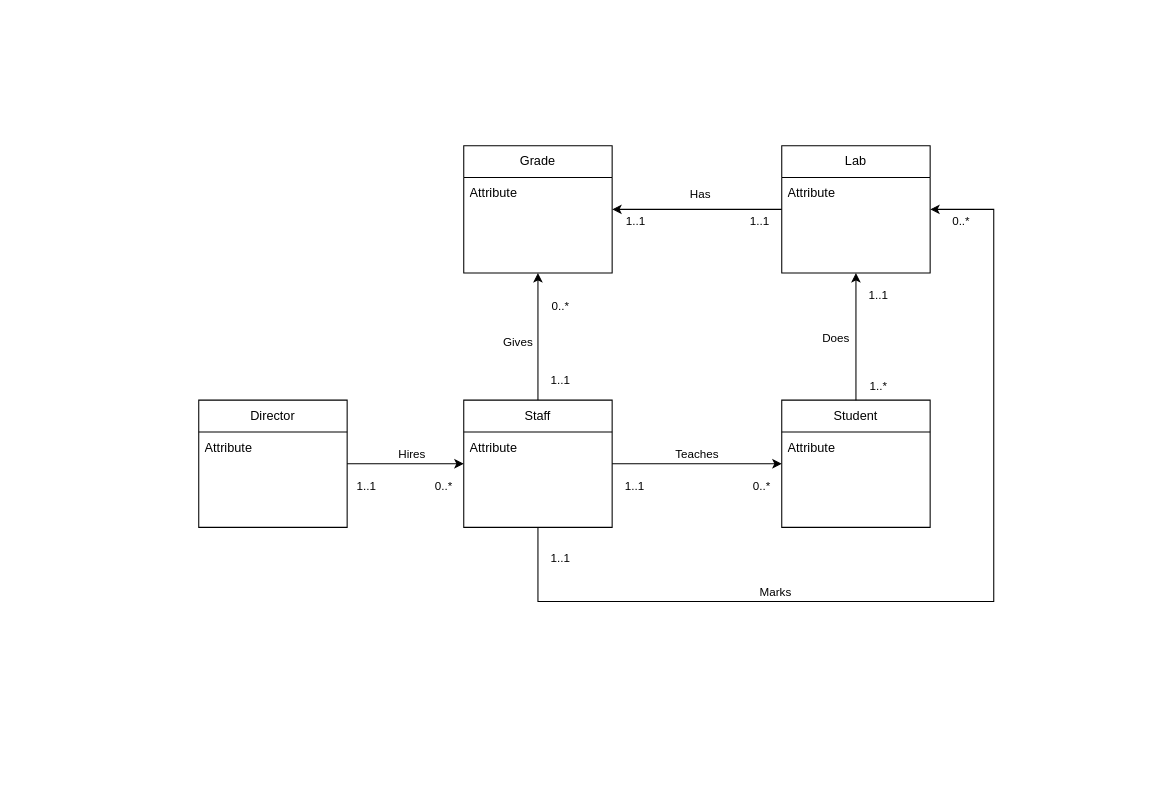
CaptainCaswell/CIS270-GroupProject keeps this draw.io diagram as EduConnect.drawio. Above is the earlier version. Source tidied: cells renumbered, new cells numbered last; positions are measured from the earlier drawing's top-left corner, leaving out a move shared by most shapes. Both pictures are drawn from the tidied source at 106%, with x=0, y=0 at pixel (198, 145).
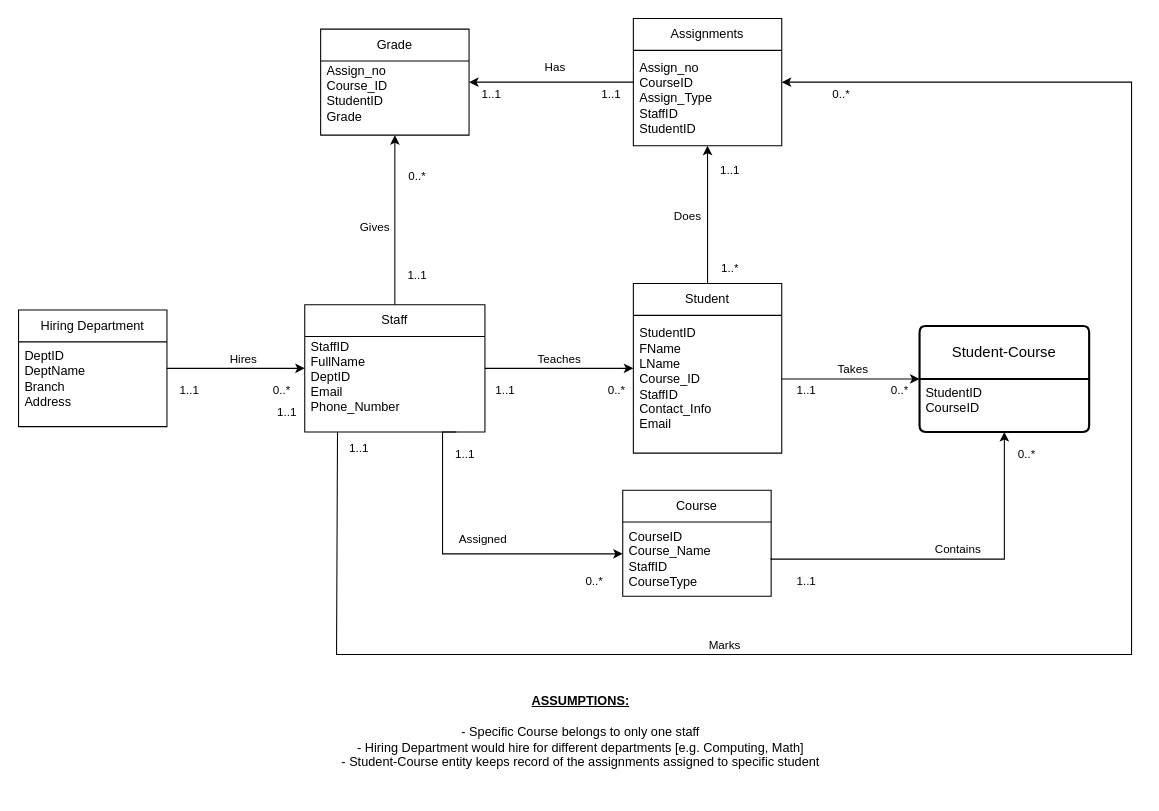
The same diagram, later.

The edit, as a diff of the source:
```diff
@@
     <mxCell id="6" value="Grade" style="swimlane;fontStyle=0;horizontal=1;startSize=30;whiteSpace=wrap;html=1;" parent="1" vertex="1">
-      <mxGeometry x="250" width="140" height="120" as="geometry" />
+      <mxGeometry x="115" y="-110" width="140" height="100" as="geometry" />
     </mxCell>
-    <mxCell id="7" value="Attribute" style="text;strokeColor=none;fillColor=none;align=left;verticalAlign=middle;spacingLeft=4;spacingRight=4;overflow=hidden;whiteSpace=wrap;html=1;" parent="6" vertex="1">
-      <mxGeometry y="30" width="140" height="30" as="geometry" />
-    </mxCell>
-    <mxCell id="8" style="text;strokeColor=none;fillColor=none;align=left;verticalAlign=middle;spacingLeft=4;spacingRight=4;overflow=hidden;whiteSpace=wrap;html=1;" parent="6" vertex="1">
-      <mxGeometry y="60" width="140" height="30" as="geometry" />
+    <mxCell id="8" value="Assign_no&lt;div&gt;Course_ID&lt;/div&gt;&lt;div&gt;StudentID&lt;/div&gt;&lt;div&gt;Grade&lt;/div&gt;" style="text;strokeColor=none;fillColor=none;align=left;verticalAlign=middle;spacingLeft=4;spacingRight=4;overflow=hidden;whiteSpace=wrap;html=1;" parent="6" vertex="1">
+      <mxGeometry y="30" width="140" height="60" as="geometry" />
     </mxCell>
     <mxCell id="9" style="text;strokeColor=none;fillColor=none;align=left;verticalAlign=middle;spacingLeft=4;spacingRight=4;overflow=hidden;whiteSpace=wrap;html=1;" parent="6" vertex="1">
-      <mxGeometry y="90" width="140" height="30" as="geometry" />
+      <mxGeometry y="90" width="140" height="10" as="geometry" />
     </mxCell>
@@
-    <mxCell id="14" value="Lab" style="swimlane;fontStyle=0;horizontal=1;startSize=30;whiteSpace=wrap;html=1;" parent="1" vertex="1">
-      <mxGeometry x="550" width="140" height="120" as="geometry" />
+    <mxCell id="14" value="Assignments" style="swimlane;fontStyle=0;horizontal=1;startSize=30;whiteSpace=wrap;html=1;" parent="1" vertex="1">
+      <mxGeometry x="410" y="-120" width="140" height="120" as="geometry" />
     </mxCell>
-    <mxCell id="15" value="Attribute" style="text;strokeColor=none;fillColor=none;align=left;verticalAlign=middle;spacingLeft=4;spacingRight=4;overflow=hidden;whiteSpace=wrap;html=1;" parent="14" vertex="1">
-      <mxGeometry y="30" width="140" height="30" as="geometry" />
+    <mxCell id="15" value="Assign_no&lt;div&gt;CourseID&lt;/div&gt;&lt;div&gt;Assign_Type&lt;/div&gt;&lt;div&gt;StaffID&lt;/div&gt;&lt;div&gt;StudentID&lt;/div&gt;" style="text;strokeColor=none;fillColor=none;align=left;verticalAlign=middle;spacingLeft=4;spacingRight=4;overflow=hidden;whiteSpace=wrap;html=1;" parent="14" vertex="1">
+      <mxGeometry y="30" width="140" height="90" as="geometry" />
     </mxCell>
-    <mxCell id="16" style="text;strokeColor=none;fillColor=none;align=left;verticalAlign=middle;spacingLeft=4;spacingRight=4;overflow=hidden;whiteSpace=wrap;html=1;" parent="14" vertex="1">
-      <mxGeometry y="60" width="140" height="30" as="geometry" />
-    </mxCell>
     <mxCell id="17" style="text;strokeColor=none;fillColor=none;align=left;verticalAlign=middle;spacingLeft=4;spacingRight=4;overflow=hidden;whiteSpace=wrap;html=1;" parent="14" vertex="1">
-      <mxGeometry y="90" width="140" height="30" as="geometry" />
+      <mxGeometry y="120" width="140" as="geometry" />
     </mxCell>
     <mxCell id="18" value="Student" style="swimlane;fontStyle=0;horizontal=1;startSize=30;whiteSpace=wrap;html=1;" parent="1" vertex="1">
-      <mxGeometry x="550" y="240" width="140" height="120" as="geometry" />
+      <mxGeometry x="410" y="130" width="140" height="160" as="geometry" />
     </mxCell>
-    <mxCell id="19" value="Attribute" style="text;strokeColor=none;fillColor=none;align=left;verticalAlign=middle;spacingLeft=4;spacingRight=4;overflow=hidden;points=[[0,0.5],[1,0.5]];portConstraint=eastwest;whiteSpace=wrap;html=1;" parent="18" vertex="1">
-      <mxGeometry y="30" width="140" height="30" as="geometry" />
+    <mxCell id="19" value="StudentID&lt;div&gt;&lt;div&gt;FName&lt;/div&gt;&lt;div&gt;LName&lt;/div&gt;&lt;div&gt;Course_ID&lt;/div&gt;&lt;div&gt;StaffID&lt;/div&gt;&lt;div&gt;Contact_Info&lt;/div&gt;&lt;div&gt;Email&lt;/div&gt;&lt;/div&gt;" style="text;strokeColor=none;fillColor=none;align=left;verticalAlign=middle;spacingLeft=4;spacingRight=4;overflow=hidden;points=[[0,0.5],[1,0.5]];portConstraint=eastwest;whiteSpace=wrap;html=1;" parent="18" vertex="1">
+      <mxGeometry y="30" width="140" height="120" as="geometry" />
     </mxCell>
     <mxCell id="20" style="text;strokeColor=none;fillColor=none;align=left;verticalAlign=middle;spacingLeft=4;spacingRight=4;overflow=hidden;whiteSpace=wrap;html=1;" parent="18" vertex="1">
-      <mxGeometry y="60" width="140" height="30" as="geometry" />
+      <mxGeometry y="150" width="140" height="10" as="geometry" />
     </mxCell>
     <mxCell id="21" style="text;strokeColor=none;fillColor=none;align=left;verticalAlign=middle;spacingLeft=4;spacingRight=4;overflow=hidden;whiteSpace=wrap;html=1;" parent="18" vertex="1">
-      <mxGeometry y="90" width="140" height="30" as="geometry" />
+      <mxGeometry y="160" width="140" as="geometry" />
     </mxCell>
@@
-    <mxCell id="27" value="Director" style="swimlane;fontStyle=0;horizontal=1;startSize=30;whiteSpace=wrap;html=1;" parent="1" vertex="1">
-      <mxGeometry y="240" width="140" height="120" as="geometry" />
+    <mxCell id="27" value="Hiring Department" style="swimlane;fontStyle=0;horizontal=1;startSize=30;whiteSpace=wrap;html=1;" parent="1" vertex="1">
+      <mxGeometry x="-170" y="155" width="140" height="110" as="geometry" />
     </mxCell>
-    <mxCell id="28" value="Attribute" style="text;strokeColor=none;fillColor=none;align=left;verticalAlign=middle;spacingLeft=4;spacingRight=4;overflow=hidden;whiteSpace=wrap;html=1;" parent="27" vertex="1">
-      <mxGeometry y="30" width="140" height="30" as="geometry" />
+    <mxCell id="28" value="DeptID&lt;div&gt;DeptName&lt;/div&gt;&lt;div&gt;Branch&lt;/div&gt;&lt;div&gt;Address&lt;/div&gt;" style="text;strokeColor=none;fillColor=none;align=left;verticalAlign=middle;spacingLeft=4;spacingRight=4;overflow=hidden;whiteSpace=wrap;html=1;" parent="27" vertex="1">
+      <mxGeometry y="30" width="140" height="70" as="geometry" />
     </mxCell>
+    <mxCell id="30" style="text;strokeColor=none;fillColor=none;align=left;verticalAlign=middle;spacingLeft=4;spacingRight=4;overflow=hidden;whiteSpace=wrap;html=1;" parent="27" vertex="1">
+      <mxGeometry y="100" width="140" height="10" as="geometry" />
+    </mxCell>
     <mxCell id="29" style="text;strokeColor=none;fillColor=none;align=left;verticalAlign=middle;spacingLeft=4;spacingRight=4;overflow=hidden;whiteSpace=wrap;html=1;" parent="27" vertex="1">
-      <mxGeometry y="60" width="140" height="30" as="geometry" />
+      <mxGeometry y="110" width="140" as="geometry" />
     </mxCell>
-    <mxCell id="30" style="text;strokeColor=none;fillColor=none;align=left;verticalAlign=middle;spacingLeft=4;spacingRight=4;overflow=hidden;whiteSpace=wrap;html=1;" parent="27" vertex="1">
-      <mxGeometry y="90" width="140" height="30" as="geometry" />
-    </mxCell>
@@
-    <mxCell id="35" style="edgeStyle=orthogonalEdgeStyle;rounded=0;jettySize=auto;html=1;entryX=1;entryY=0.5;entryDx=0;entryDy=0;" parent="1" edge="1" source="39" target="14">
+    <mxCell id="35" style="edgeStyle=orthogonalEdgeStyle;rounded=0;jettySize=auto;html=1;entryX=1;entryY=0.5;entryDx=0;entryDy=0;exitX=0.182;exitY=1;exitDx=0;exitDy=0;exitPerimeter=0;" parent="1" edge="1" source="41" target="14">
       <mxGeometry relative="1" as="geometry">
         <Array as="points">
-          <mxPoint x="320" y="430" />
-          <mxPoint x="750" y="430" />
-          <mxPoint x="750" y="60" />
+          <mxPoint x="131" y="271" />
+          <mxPoint x="130" y="480" />
+          <mxPoint x="880" y="480" />
+          <mxPoint x="880" y="-60" />
         </Array>
       </mxGeometry>
     </mxCell>
@@
     <mxCell id="38" value="1..1" style="edgeLabel;html=1;align=center;verticalAlign=middle;" parent="35" vertex="1">
       <mxGeometry x="-0.94" y="1" relative="1" as="geometry">
-        <mxPoint x="19" as="offset" />
+        <mxPoint x="19" y="-41" as="offset" />
       </mxGeometry>
     </mxCell>
     <mxCell id="39" value="Staff" style="swimlane;fontStyle=0;horizontal=1;startSize=30;whiteSpace=wrap;html=1;" parent="1" vertex="1">
-      <mxGeometry x="250" y="240" width="140" height="120" as="geometry" />
+      <mxGeometry x="100" y="150" width="170" height="120" as="geometry" />
     </mxCell>
-    <mxCell id="40" value="Attribute" style="text;strokeColor=none;fillColor=none;align=left;verticalAlign=middle;spacingLeft=4;spacingRight=4;overflow=hidden;whiteSpace=wrap;html=1;" parent="39" vertex="1">
-      <mxGeometry y="30" width="140" height="30" as="geometry" />
+    <mxCell id="40" value="StaffID&lt;div&gt;FullName&lt;/div&gt;&lt;div&gt;&lt;span style=&quot;background-color: transparent; color: light-dark(rgb(0, 0, 0), rgb(255, 255, 255));&quot;&gt;DeptID&lt;/span&gt;&lt;/div&gt;&lt;div&gt;&lt;span style=&quot;background-color: transparent; color: light-dark(rgb(0, 0, 0), rgb(255, 255, 255));&quot;&gt;Email&lt;/span&gt;&lt;/div&gt;&lt;div&gt;Phone_Number&lt;/div&gt;&lt;div&gt;&lt;br&gt;&lt;/div&gt;" style="text;strokeColor=none;fillColor=none;align=left;verticalAlign=middle;spacingLeft=4;spacingRight=4;overflow=hidden;whiteSpace=wrap;html=1;" parent="39" vertex="1">
+      <mxGeometry y="30" width="170" height="80" as="geometry" />
     </mxCell>
     <mxCell id="41" style="text;strokeColor=none;fillColor=none;align=left;verticalAlign=middle;spacingLeft=4;spacingRight=4;overflow=hidden;points=[[0,0.5],[1,0.5]];portConstraint=eastwest;whiteSpace=wrap;html=1;" parent="39" vertex="1">
-      <mxGeometry y="60" width="140" height="30" as="geometry" />
+      <mxGeometry y="110" width="170" height="10" as="geometry" />
     </mxCell>
-    <mxCell id="42" style="text;strokeColor=none;fillColor=none;align=left;verticalAlign=middle;spacingLeft=4;spacingRight=4;overflow=hidden;whiteSpace=wrap;html=1;" parent="39" vertex="1">
-      <mxGeometry y="90" width="140" height="30" as="geometry" />
-    </mxCell>
@@
+    <mxCell id="47" style="edgeStyle=orthogonalEdgeStyle;rounded=0;jettySize=auto;html=1;exitX=0.841;exitY=1;exitDx=0;exitDy=0;exitPerimeter=0;entryX=0;entryY=0;entryDx=0;entryDy=0;entryPerimeter=0;" parent="1" edge="1" source="41">
+      <mxGeometry relative="1" as="geometry">
+        <mxPoint x="400" y="385" as="targetPoint" />
+        <Array as="points">
+          <mxPoint x="230" y="270" />
+          <mxPoint x="230" y="385" />
+        </Array>
+      </mxGeometry>
+    </mxCell>
+    <mxCell id="48" value="Assigned" style="edgeLabel;html=1;align=center;verticalAlign=middle;" parent="47" vertex="1">
+      <mxGeometry x="0.42" y="-1" relative="1" as="geometry">
+        <mxPoint x="-47" y="-16" as="offset" />
+      </mxGeometry>
+    </mxCell>
+    <mxCell id="49" value="1..1" style="edgeLabel;html=1;align=center;verticalAlign=middle;" parent="47" vertex="1">
+      <mxGeometry x="-0.68" y="-1" relative="1" as="geometry">
+        <mxPoint x="21" y="-15" as="offset" />
+      </mxGeometry>
+    </mxCell>
+    <mxCell id="50" value="0..*" style="edgeLabel;html=1;align=center;verticalAlign=middle;" parent="47" vertex="1">
+      <mxGeometry x="0.81" relative="1" as="geometry">
+        <mxPoint y="25" as="offset" />
+      </mxGeometry>
+    </mxCell>
+    <mxCell id="51" value="1..1" style="edgeLabel;html=1;align=center;verticalAlign=middle;rotation=0;" parent="1" vertex="1">
+      <mxGeometry x="590" y="410" as="geometry">
+        <mxPoint x="-18" as="offset" />
+      </mxGeometry>
+    </mxCell>
+    <mxCell id="52" value="1..1" style="edgeLabel;html=1;align=center;verticalAlign=middle;" parent="1" vertex="1">
+      <mxGeometry x="100" y="250" as="geometry">
+        <mxPoint x="-18" as="offset" />
+      </mxGeometry>
+    </mxCell>
+    <mxCell id="53" value="Student-Course" style="swimlane;horizontal=1;startSize=50;rounded=1;fontSize=14;fontStyle=0;strokeWidth=2;shadow=0;dashed=0;align=center;arcSize=4;whiteSpace=wrap;html=1;" parent="1" vertex="1">
+      <mxGeometry x="680" y="170" width="160" height="100" as="geometry" />
+    </mxCell>
+    <mxCell id="54" value="StudentID&lt;div&gt;&lt;div&gt;CourseID&lt;/div&gt;&lt;/div&gt;" style="align=left;strokeColor=none;fillColor=none;spacingLeft=4;spacingRight=4;fontSize=12;verticalAlign=top;html=1;whiteSpace=wrap;" parent="53" vertex="1">
+      <mxGeometry y="50" width="160" height="50" as="geometry" />
+    </mxCell>
+    <mxCell id="55" style="edgeStyle=orthogonalEdgeStyle;rounded=0;jettySize=auto;html=1;entryX=0;entryY=0.5;entryDx=0;entryDy=0;" parent="1" edge="1" source="19" target="53">
+      <mxGeometry relative="1" as="geometry" />
+    </mxCell>
+    <mxCell id="56" value="Takes" style="edgeLabel;html=1;align=center;verticalAlign=middle;" parent="55" vertex="1">
+      <mxGeometry x="0.01" y="-2" relative="1" as="geometry">
+        <mxPoint y="-12" as="offset" />
+      </mxGeometry>
+    </mxCell>
+    <mxCell id="57" value="0..*" style="edgeLabel;html=1;align=center;verticalAlign=middle;" parent="55" vertex="1">
+      <mxGeometry x="0.69" y="-1" relative="1" as="geometry">
+        <mxPoint y="9" as="offset" />
+      </mxGeometry>
+    </mxCell>
+    <mxCell id="58" value="1..1" style="edgeLabel;html=1;align=center;verticalAlign=middle;rotation=0;" parent="1" vertex="1">
+      <mxGeometry x="590" y="230" as="geometry">
+        <mxPoint x="-18" as="offset" />
+      </mxGeometry>
+    </mxCell>
+    <mxCell id="59" style="edgeStyle=orthogonalEdgeStyle;rounded=0;jettySize=auto;html=1;entryX=0.5;entryY=1;entryDx=0;entryDy=0;exitX=1;exitY=0.133;exitDx=0;exitDy=0;exitPerimeter=0;" parent="1" edge="1" target="54">
+      <mxGeometry relative="1" as="geometry">
+        <mxPoint x="540" y="389" as="sourcePoint" />
+        <Array as="points">
+          <mxPoint x="540" y="390" />
+          <mxPoint x="760" y="390" />
+        </Array>
+      </mxGeometry>
+    </mxCell>
+    <mxCell id="60" value="Contains" style="edgeLabel;html=1;align=center;verticalAlign=middle;" parent="59" vertex="1">
+      <mxGeometry x="0.03" y="4" relative="1" as="geometry">
+        <mxPoint y="-6" as="offset" />
+      </mxGeometry>
+    </mxCell>
+    <mxCell id="61" value="0..*" style="edgeLabel;html=1;align=center;verticalAlign=middle;" parent="59" vertex="1">
+      <mxGeometry x="0.87" y="-1" relative="1" as="geometry">
+        <mxPoint x="19" y="-2" as="offset" />
+      </mxGeometry>
+    </mxCell>
+    <mxCell id="62" value="Course" style="swimlane;fontStyle=0;horizontal=1;startSize=30;whiteSpace=wrap;html=1;" parent="1" vertex="1">
+      <mxGeometry x="400" y="325" width="140" height="100" as="geometry" />
+    </mxCell>
+    <mxCell id="63" value="CourseID&lt;div&gt;Course_Name&lt;/div&gt;&lt;div&gt;StaffID&lt;/div&gt;&lt;div&gt;CourseType&lt;/div&gt;" style="text;strokeColor=none;fillColor=none;align=left;verticalAlign=middle;spacingLeft=4;spacingRight=4;overflow=hidden;whiteSpace=wrap;html=1;" parent="62" vertex="1">
+      <mxGeometry y="30" width="140" height="70" as="geometry" />
+    </mxCell>
+    <mxCell id="64" value="&lt;b&gt;&lt;u&gt;ASSUMPTIONS:&lt;/u&gt;&lt;/b&gt;&lt;div&gt;&lt;b&gt;&lt;u&gt;&lt;br&gt;&lt;/u&gt;&lt;/b&gt;&lt;div&gt;- Specific Course belongs to only one staff&lt;/div&gt;&lt;div&gt;- Hiring Department would hire for different departments [e.g. Computing, Math]&lt;/div&gt;&lt;/div&gt;&lt;div&gt;- Student-Course entity keeps record of the assignments assigned to specific student&lt;/div&gt;&lt;div&gt;&lt;br&gt;&lt;/div&gt;" style="text;html=1;align=center;verticalAlign=middle;strokeColor=none;fillColor=none;" parent="1" vertex="1">
+      <mxGeometry x="125" y="510" width="470" height="100" as="geometry" />
+    </mxCell>
```
